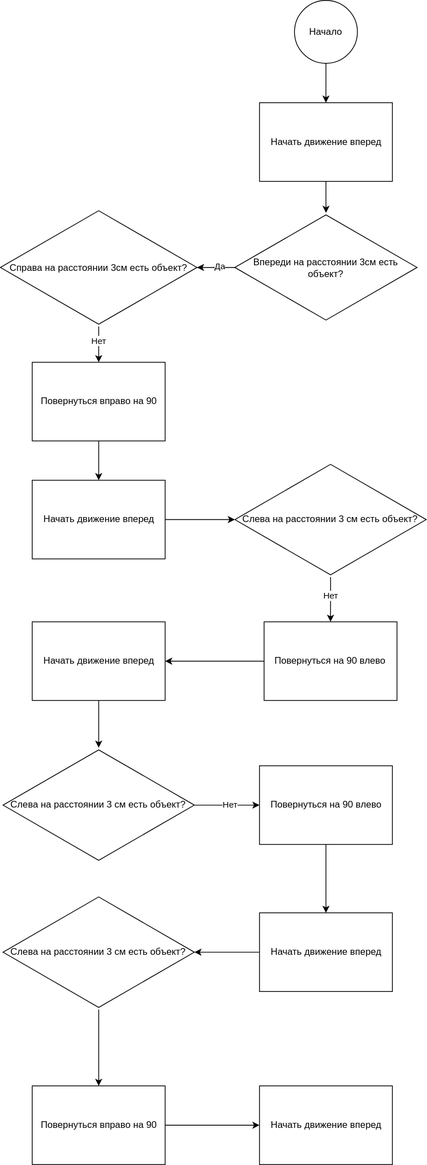
Earlier version of the draw.io export Алгоритм объезда препятствия.svg (FortyClock/VacuumCleaner). Source tidied: cells renumbered, new cells last; positions are measured from the earlier drawing's top-left corner, leaving out a move shared by most shapes.
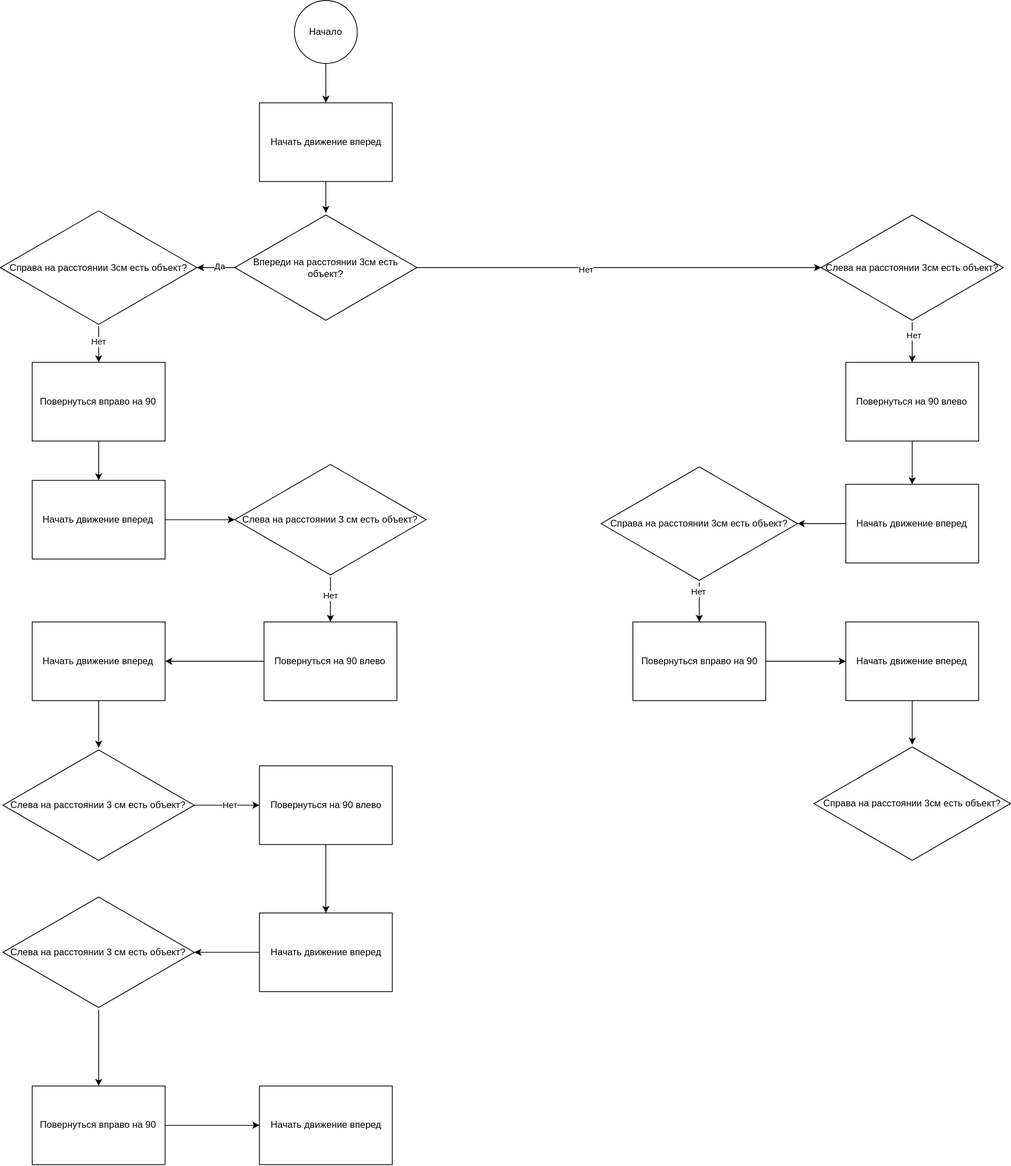
The same file after the commit.

Diff of the diagram source:
```diff
@@ -14,6 +14,14 @@
     <mxCell id="5" value="Да" style="edgeLabel;html=1;align=center;verticalAlign=middle;" parent="4" vertex="1">
       <mxGeometry x="-0.19" y="-2" relative="1" as="geometry" />
     </mxCell>
+    <mxCell id="35" style="edgeStyle=orthogonalEdgeStyle;rounded=0;jettySize=auto;html=1;" parent="1" edge="1" source="6" target="39">
+      <mxGeometry relative="1" as="geometry" />
+    </mxCell>
+    <mxCell id="36" value="Нет" style="edgeLabel;html=1;align=center;verticalAlign=middle;" parent="35" vertex="1">
+      <mxGeometry x="-0.16" y="-1" relative="1" as="geometry">
+        <mxPoint y="1" as="offset" />
+      </mxGeometry>
+    </mxCell>
     <mxCell id="6" value="Впереди на расстоянии 3см есть объект?" style="html=1;whiteSpace=wrap;shape=isoRectangle;" parent="1" vertex="1">
       <mxGeometry x="298.2" y="270" width="231.7" height="139" as="geometry" />
     </mxCell>
@@ -101,5 +109,50 @@
     <mxCell id="34" value="Начать движение вперед" style="rounded=0;whiteSpace=wrap;html=1;" parent="1" vertex="1">
       <mxGeometry x="329.5" y="1380" width="169" height="100" as="geometry" />
     </mxCell>
+    <mxCell id="37" style="edgeStyle=orthogonalEdgeStyle;rounded=0;jettySize=auto;html=1;" parent="1" edge="1" source="39" target="41">
+      <mxGeometry relative="1" as="geometry" />
+    </mxCell>
+    <mxCell id="38" value="Нет" style="edgeLabel;html=1;align=center;verticalAlign=middle;" parent="37" vertex="1">
+      <mxGeometry x="-0.34" y="2" relative="1" as="geometry" />
+    </mxCell>
+    <mxCell id="39" value="Слева на расстоянии 3см есть объект?" style="html=1;whiteSpace=wrap;shape=isoRectangle;" parent="1" vertex="1">
+      <mxGeometry x="1044" y="270" width="231.7" height="139" as="geometry" />
+    </mxCell>
+    <mxCell id="40" style="edgeStyle=orthogonalEdgeStyle;rounded=0;jettySize=auto;html=1;" parent="1" edge="1" source="41" target="43">
+      <mxGeometry relative="1" as="geometry" />
+    </mxCell>
+    <mxCell id="41" value="Повернуться на 90 влево" style="rounded=0;whiteSpace=wrap;html=1;" parent="1" vertex="1">
+      <mxGeometry x="1075.3" y="460" width="169" height="100" as="geometry" />
+    </mxCell>
+    <mxCell id="42" style="edgeStyle=orthogonalEdgeStyle;rounded=0;jettySize=auto;html=1;" parent="1" edge="1" source="43" target="46">
+      <mxGeometry relative="1" as="geometry" />
+    </mxCell>
+    <mxCell id="43" value="Начать движение вперед" style="rounded=0;whiteSpace=wrap;html=1;" parent="1" vertex="1">
+      <mxGeometry x="1075.3" y="615" width="169" height="100" as="geometry" />
+    </mxCell>
+    <mxCell id="44" style="edgeStyle=orthogonalEdgeStyle;rounded=0;jettySize=auto;html=1;" parent="1" edge="1" source="46" target="48">
+      <mxGeometry relative="1" as="geometry" />
+    </mxCell>
+    <mxCell id="45" value="Нет" style="edgeLabel;html=1;align=center;verticalAlign=middle;" parent="44" vertex="1">
+      <mxGeometry x="-0.53" y="-2" relative="1" as="geometry" />
+    </mxCell>
+    <mxCell id="46" value="Справа на расстоянии 3см есть объект?" style="html=1;whiteSpace=wrap;shape=isoRectangle;" parent="1" vertex="1">
+      <mxGeometry x="764" y="590" width="250" height="150" as="geometry" />
+    </mxCell>
+    <mxCell id="47" style="edgeStyle=orthogonalEdgeStyle;rounded=0;jettySize=auto;html=1;" parent="1" edge="1" source="48" target="50">
+      <mxGeometry relative="1" as="geometry" />
+    </mxCell>
+    <mxCell id="48" value="Повернуться вправо на 90" style="rounded=0;whiteSpace=wrap;html=1;" parent="1" vertex="1">
+      <mxGeometry x="804.5" y="790" width="169" height="100" as="geometry" />
+    </mxCell>
+    <mxCell id="49" style="edgeStyle=orthogonalEdgeStyle;rounded=0;jettySize=auto;html=1;" parent="1" edge="1" source="50" target="51">
+      <mxGeometry relative="1" as="geometry" />
+    </mxCell>
+    <mxCell id="50" value="Начать движение вперед" style="rounded=0;whiteSpace=wrap;html=1;" parent="1" vertex="1">
+      <mxGeometry x="1075.3" y="790" width="169" height="100" as="geometry" />
+    </mxCell>
+    <mxCell id="51" value="Справа на расстоянии 3см есть объект?" style="html=1;whiteSpace=wrap;shape=isoRectangle;" parent="1" vertex="1">
+      <mxGeometry x="1034.8" y="946" width="250" height="150" as="geometry" />
+    </mxCell>
   </root>
 </mxGraphModel>
```
